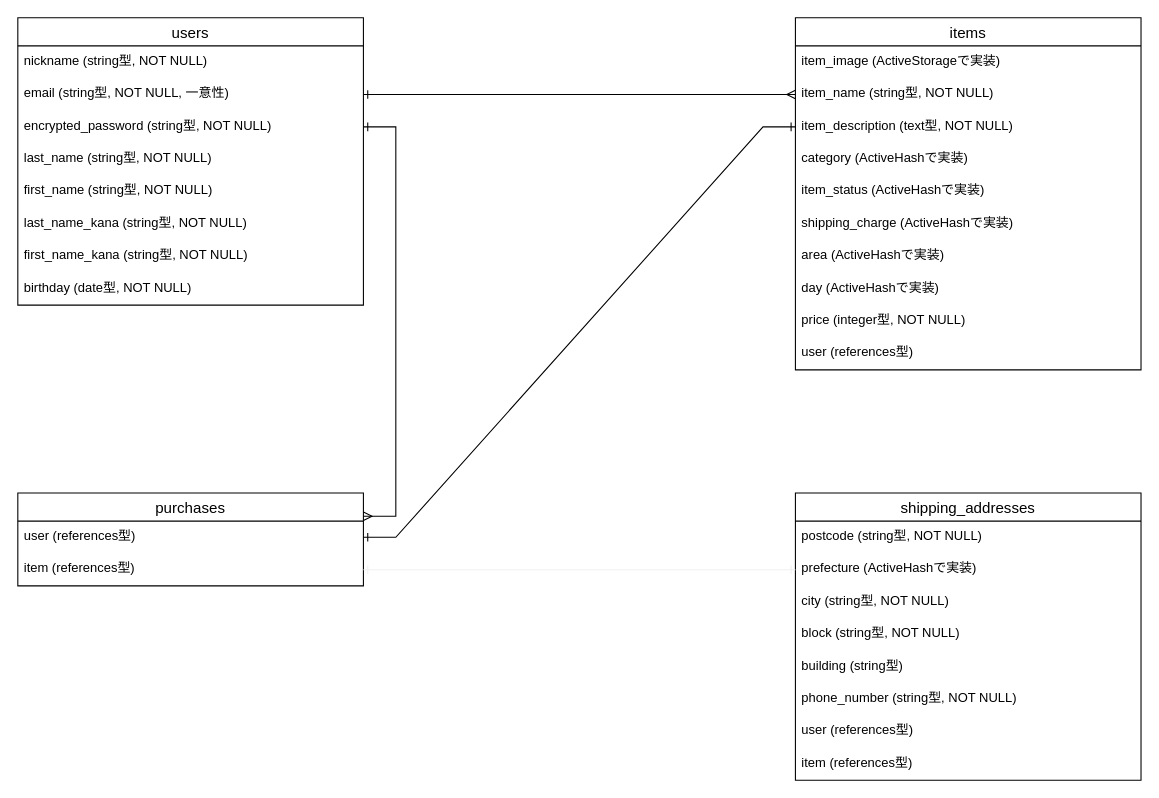
ysk90526/furima-32872 keeps this draw.io diagram as ER.dio. Above is the earlier version. Source tidied: cells renumbered, new cells numbered last; positions are measured from the earlier drawing's top-left corner, leaving out a move shared by most shapes. Both pictures are drawn from the tidied source at 108%, with x=0, y=0 at pixel (17, 17).
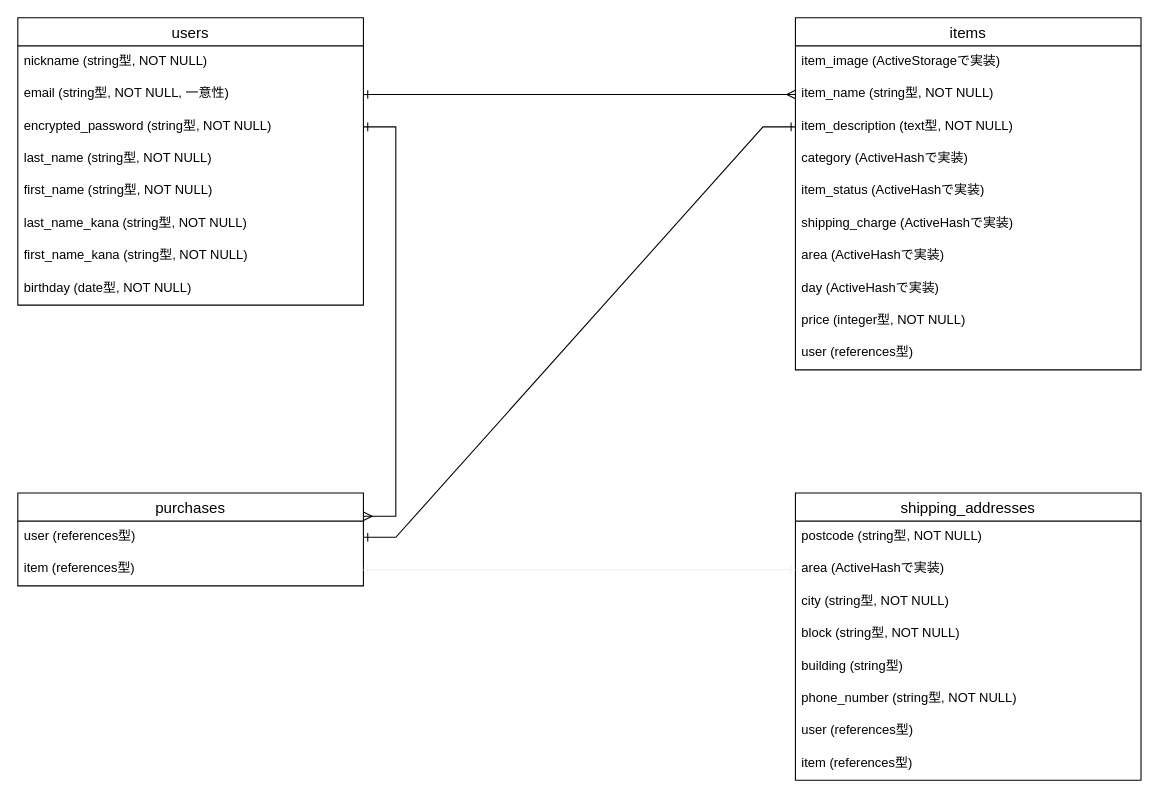
The same diagram, later.

Commit message (it also covers changes not shown here):
ER図、テーブル設計を修正3

The change refers to these unchanged cells:
```xml
<mxCell id="22" value="shipping_addresses" style="swimlane;fontStyle=0;horizontal=1;startSize=26;align=center;fontSize=14;" parent="1" vertex="1">
  <mxGeometry x="720" y="440" width="320" height="266" as="geometry" />
</mxCell>
```

Diff of the diagram source:
```diff
@@
-    <mxCell id="24" value="prefecture (ActiveHashで実装)" style="text;strokeColor=none;fillColor=none;spacingLeft=4;spacingRight=4;overflow=hidden;points=[[0,0.5],[1,0.5]];portConstraint=eastwest;fontSize=12;" parent="22" vertex="1">
+    <mxCell id="24" value="area (ActiveHashで実装)" style="text;strokeColor=none;fillColor=none;spacingLeft=4;spacingRight=4;overflow=hidden;points=[[0,0.5],[1,0.5]];portConstraint=eastwest;fontSize=12;" parent="22" vertex="1">
       <mxGeometry y="56" width="320" height="30" as="geometry" />
     </mxCell>
```
